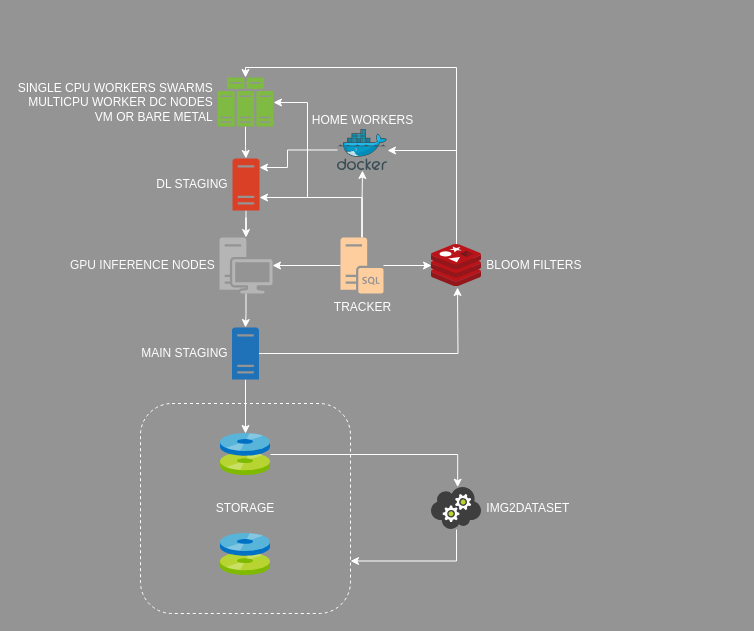
Before: helpers/architecture.drawio in rvencu/crawlingathome-gpu-hcloud, a draw.io diagram. Source tidied: cells renumbered, new cells numbered last; positions are measured from the earlier drawing's top-left corner, leaving out a move shared by most shapes. Both pictures are drawn from the tidied source at 100%, with x=0, y=0 at pixel (140, 67).
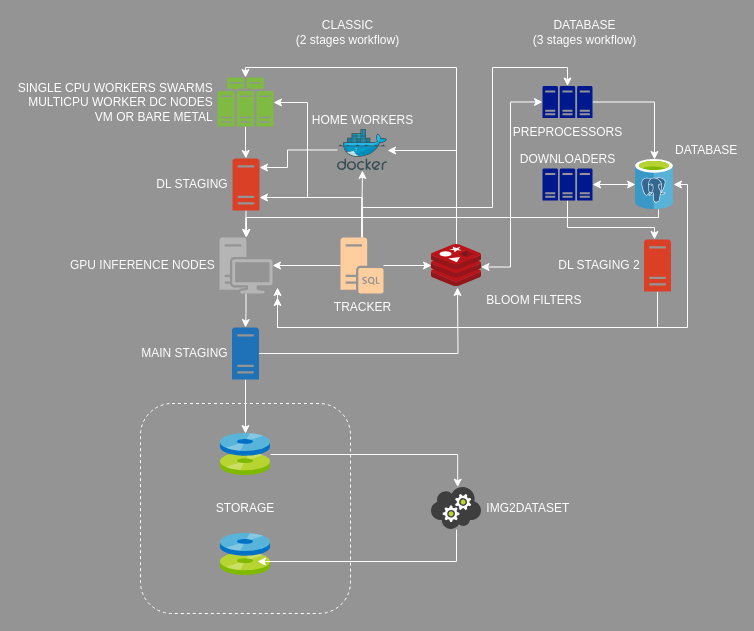
The same diagram, later.

The change refers to these unchanged cells:
```xml
<mxCell id="15" value="GPU INFERENCE NODES&amp;nbsp;" style="shadow=0;dashed=0;html=1;strokeColor=none;labelPosition=left;verticalLabelPosition=middle;verticalAlign=middle;outlineConnect=0;align=right;shape=mxgraph.office.devices.workstation;fontColor=#FCFCFC;fillColor=#B5B5B5;" parent="1" vertex="1">
  <mxGeometry x="79" y="170" width="53" height="56" as="geometry" />
</mxCell>
<mxCell id="20" value="&amp;nbsp;IMG2DATASET" style="html=1;points=[];align=left;image;fontSize=12;image=img/lib/mscae/Cloud_Service.svg;labelPosition=right;verticalLabelPosition=middle;verticalAlign=middle;labelBackgroundColor=none;fontColor=#FFFFFF;" parent="1" vertex="1">
  <mxGeometry x="291" y="420" width="50" height="42" as="geometry" />
</mxCell>
<mxCell id="21" value="STORAGE" style="whiteSpace=wrap;html=1;dashed=1;rounded=1;fillColor=none;strokeColor=#FFFFFF;fontColor=#FFFFFF;" parent="1" vertex="1">
  <mxGeometry y="336" width="210" height="210" as="geometry" />
</mxCell>
<mxCell id="27" value="TRACKER" style="shadow=0;dashed=0;html=1;strokeColor=none;labelPosition=center;verticalLabelPosition=bottom;verticalAlign=top;outlineConnect=0;align=center;shape=mxgraph.office.servers.sql_server;fillColor=#FFCE9F;fontColor=#FFFFFF;" parent="1" vertex="1">
  <mxGeometry x="200" y="170" width="43" height="56" as="geometry" />
</mxCell>
```

The edit, as a diff of the source:
```diff
@@
+    <mxCell id="28" style="edgeStyle=orthogonalEdgeStyle;rounded=0;jettySize=auto;html=1;entryX=0;entryY=0.5;entryDx=0;entryDy=0;entryPerimeter=0;fontColor=#FFFFFF;startArrow=classic;startFill=1;strokeColor=#FFFFFF;exitX=0.99;exitY=0.536;exitDx=0;exitDy=0;exitPerimeter=0;" parent="1" edge="1" source="4" target="34">
+      <mxGeometry relative="1" as="geometry">
+        <Array as="points">
+          <mxPoint x="370" y="200" />
+          <mxPoint x="370" y="35" />
+        </Array>
+      </mxGeometry>
+    </mxCell>
-    <mxCell id="4" value="&amp;nbsp;BLOOM FILTERS" style="html=1;points=[];align=left;image;fontSize=12;image=img/lib/mscae/Cache_Redis_Product.svg;labelPosition=right;verticalLabelPosition=middle;verticalAlign=middle;labelBackgroundColor=none;fontColor=#FFFFFF;" parent="1" vertex="1">
+    <mxCell id="4" value="&amp;nbsp;BLOOM FILTERS" style="html=1;points=[];align=left;image;fontSize=12;image=img/lib/mscae/Cache_Redis_Product.svg;labelPosition=right;verticalLabelPosition=bottom;verticalAlign=top;labelBackgroundColor=none;fontColor=#FFFFFF;" parent="1" vertex="1">
       <mxGeometry x="291" y="177" width="50" height="42" as="geometry" />
     </mxCell>
@@
+    <mxCell id="29" style="edgeStyle=orthogonalEdgeStyle;rounded=0;jettySize=auto;html=1;startArrow=classic;startFill=1;strokeColor=#FFFFFF;" parent="1" edge="1" target="32">
+      <mxGeometry relative="1" as="geometry">
+        <mxPoint x="137" y="220" as="sourcePoint" />
+        <Array as="points">
+          <mxPoint x="137" y="260" />
+          <mxPoint x="547" y="260" />
+          <mxPoint x="547" y="117" />
+        </Array>
+      </mxGeometry>
+    </mxCell>
@@
-    <mxCell id="19" style="edgeStyle=orthogonalEdgeStyle;rounded=0;jettySize=auto;html=1;entryX=1;entryY=0.75;entryDx=0;entryDy=0;strokeColor=#FFFFFF;" parent="1" edge="1" source="20" target="21">
+    <mxCell id="19" style="edgeStyle=orthogonalEdgeStyle;rounded=0;jettySize=auto;html=1;strokeColor=#FFFFFF;" parent="1" edge="1" source="20">
       <mxGeometry relative="1" as="geometry">
+        <mxPoint x="117" y="494" as="targetPoint" />
         <Array as="points">
           <mxPoint x="316" y="494" />
         </Array>
       </mxGeometry>
     </mxCell>
@@
+    <mxCell id="30" style="edgeStyle=orthogonalEdgeStyle;rounded=0;jettySize=auto;html=1;entryX=0.5;entryY=0;entryDx=0;entryDy=0;entryPerimeter=0;strokeColor=#FFFFFF;" parent="1" edge="1" source="27" target="34">
+      <mxGeometry relative="1" as="geometry">
+        <Array as="points">
+          <mxPoint x="222" y="140" />
+          <mxPoint x="352" y="140" />
+          <mxPoint x="352" />
+          <mxPoint x="427" />
+        </Array>
+      </mxGeometry>
+    </mxCell>
@@
+    <mxCell id="31" style="edgeStyle=orthogonalEdgeStyle;rounded=0;jettySize=auto;html=1;entryX=1;entryY=0.5;entryDx=0;entryDy=0;entryPerimeter=0;strokeColor=#FFFFFF;startArrow=classic;startFill=1;" parent="1" edge="1" source="32" target="37">
+      <mxGeometry relative="1" as="geometry" />
+    </mxCell>
+    <mxCell id="32" value="DATABASE" style="sketch=0;html=1;points=[];align=left;image;fontSize=12;image=img/lib/mscae/Azure_Database_for_PostgreSQL_servers.svg;labelBackgroundColor=none;fontColor=#FFFFFF;labelPosition=right;verticalLabelPosition=top;verticalAlign=bottom;" parent="1" vertex="1">
+      <mxGeometry x="495" y="92" width="38" height="50" as="geometry" />
+    </mxCell>
+    <mxCell id="33" style="edgeStyle=orthogonalEdgeStyle;rounded=0;jettySize=auto;html=1;strokeColor=#FFFFFF;" parent="1" edge="1" source="34" target="32">
+      <mxGeometry relative="1" as="geometry" />
+    </mxCell>
+    <mxCell id="34" value="PREPROCESSORS" style="sketch=0;shadow=0;dashed=0;html=1;strokeColor=none;labelPosition=center;verticalLabelPosition=bottom;verticalAlign=top;align=center;fillColor=#00188D;shape=mxgraph.mscae.enterprise.server_farm;fontColor=#FFFFFF;" parent="1" vertex="1">
+      <mxGeometry x="402" y="18.5" width="50" height="32" as="geometry" />
+    </mxCell>
+    <mxCell id="35" style="edgeStyle=orthogonalEdgeStyle;rounded=0;jettySize=auto;html=1;strokeColor=#FFFFFF;exitX=0.605;exitY=1;exitDx=0;exitDy=0;exitPerimeter=0;" parent="1" edge="1" source="32" target="15">
+      <mxGeometry relative="1" as="geometry">
+        <Array as="points">
+          <mxPoint x="518" y="150" />
+          <mxPoint x="106" y="150" />
+        </Array>
+      </mxGeometry>
+    </mxCell>
+    <mxCell id="36" style="edgeStyle=orthogonalEdgeStyle;rounded=0;jettySize=auto;html=1;fontColor=#FFFFFF;startArrow=none;startFill=0;strokeColor=#FFFFFF;" parent="1" edge="1" source="37" target="39">
+      <mxGeometry relative="1" as="geometry">
+        <Array as="points">
+          <mxPoint x="427" y="160" />
+          <mxPoint x="514" y="160" />
+        </Array>
+      </mxGeometry>
+    </mxCell>
+    <mxCell id="37" value="DOWNLOADERS" style="sketch=0;shadow=0;dashed=0;html=1;strokeColor=none;labelPosition=center;verticalLabelPosition=top;verticalAlign=bottom;align=center;fillColor=#00188D;shape=mxgraph.mscae.enterprise.server_farm;fontColor=#FFFFFF;" parent="1" vertex="1">
+      <mxGeometry x="402" y="101" width="50" height="32" as="geometry" />
+    </mxCell>
+    <mxCell id="38" style="edgeStyle=orthogonalEdgeStyle;rounded=0;jettySize=auto;html=1;fontColor=#FFFFFF;startArrow=none;startFill=0;strokeColor=#FFFFFF;" parent="1" edge="1" source="39">
+      <mxGeometry relative="1" as="geometry">
+        <mxPoint x="137" y="230" as="targetPoint" />
+        <Array as="points">
+          <mxPoint x="517" y="260" />
+          <mxPoint x="137" y="260" />
+        </Array>
+      </mxGeometry>
+    </mxCell>
+    <mxCell id="39" value="DL STAGING 2&amp;nbsp;" style="shadow=0;dashed=0;html=1;strokeColor=none;labelPosition=left;verticalLabelPosition=middle;verticalAlign=middle;outlineConnect=0;align=right;shape=mxgraph.office.servers.server_generic;fillColor=#DA4026;fontColor=#FFFFFF;" parent="1" vertex="1">
+      <mxGeometry x="503.5" y="172" width="27" height="52" as="geometry" />
+    </mxCell>
+    <mxCell id="40" value="CLASSIC&lt;br&gt;(2 stages workflow)" style="text;html=1;align=center;verticalAlign=middle;strokeColor=none;fillColor=none;fontColor=#FFFFFF;" parent="1" vertex="1">
+      <mxGeometry x="147" y="-50" width="120" height="30" as="geometry" />
+    </mxCell>
+    <mxCell id="41" value="DATABASE&lt;br&gt;(3 stages workflow)" style="text;html=1;align=center;verticalAlign=middle;strokeColor=none;fillColor=none;fontColor=#FFFFFF;" parent="1" vertex="1">
+      <mxGeometry x="383.5" y="-50" width="120" height="30" as="geometry" />
+    </mxCell>
```
